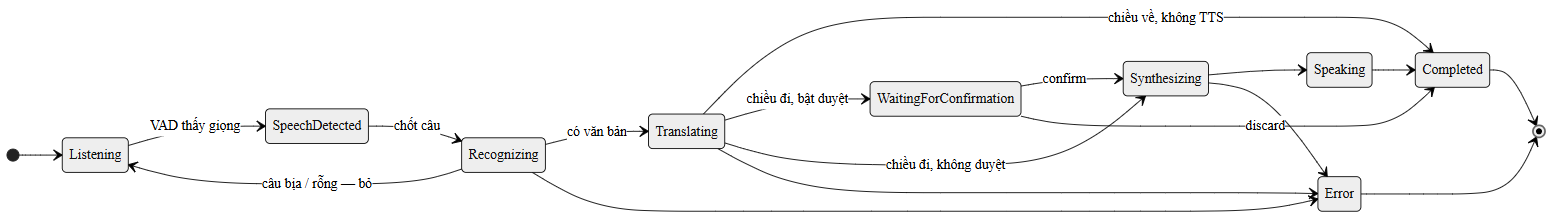
RokeyHung/local-live-voice-translator keeps this Mermaid diagram as docs/gvhd/khoa-luan-hinh/h3-5-trang-thai.png. Above is the earlier version. Its source is kept beside it as docs/gvhd/khoa-luan-hinh/src/h3-5-trang-thai.mmd. The source it was exported from:
```mermaid
stateDiagram-v2
    direction LR
    [*] --> Listening
    Listening --> SpeechDetected : VAD thấy giọng
    SpeechDetected --> Recognizing : chốt câu
    Recognizing --> Listening : câu bịa / rỗng — bỏ
    Recognizing --> Translating : có văn bản
    Translating --> Completed : chiều về, không TTS
    Translating --> WaitingForConfirmation : chiều đi, bật duyệt
    Translating --> Synthesizing : chiều đi, không duyệt
    WaitingForConfirmation --> Synthesizing : confirm
    WaitingForConfirmation --> Completed : discard
    Synthesizing --> Speaking
    Speaking --> Completed
    Recognizing --> Error
    Translating --> Error
    Synthesizing --> Error
    Completed --> [*]
    Error --> [*]
```
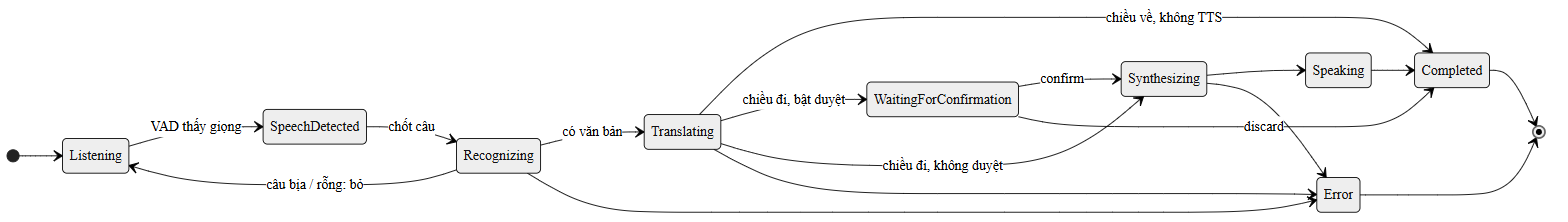
Above is the later version.

What changed in the source:
```diff
@@ -3,7 +3,7 @@
     [*] --> Listening
     Listening --> SpeechDetected : VAD thấy giọng
     SpeechDetected --> Recognizing : chốt câu
-    Recognizing --> Listening : câu bịa / rỗng — bỏ
+    Recognizing --> Listening : câu bịa / rỗng: bỏ
     Recognizing --> Translating : có văn bản
     Translating --> Completed : chiều về, không TTS
     Translating --> WaitingForConfirmation : chiều đi, bật duyệt
```
